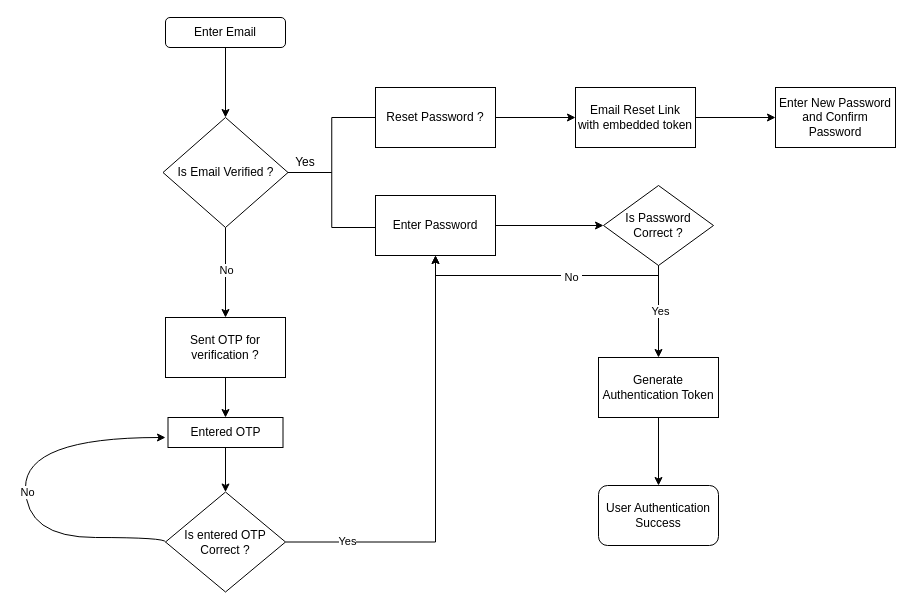
Earlier version of the draw.io diagram Untitled Diagram.drawio (Tima99/projects-diagram). Source tidied: cells renumbered, new cells numbered last; positions are measured from the earlier drawing's top-left corner, leaving out a move shared by most shapes. Both pictures are drawn from the tidied source at 100%, with x=0, y=0 at pixel (25, 17).
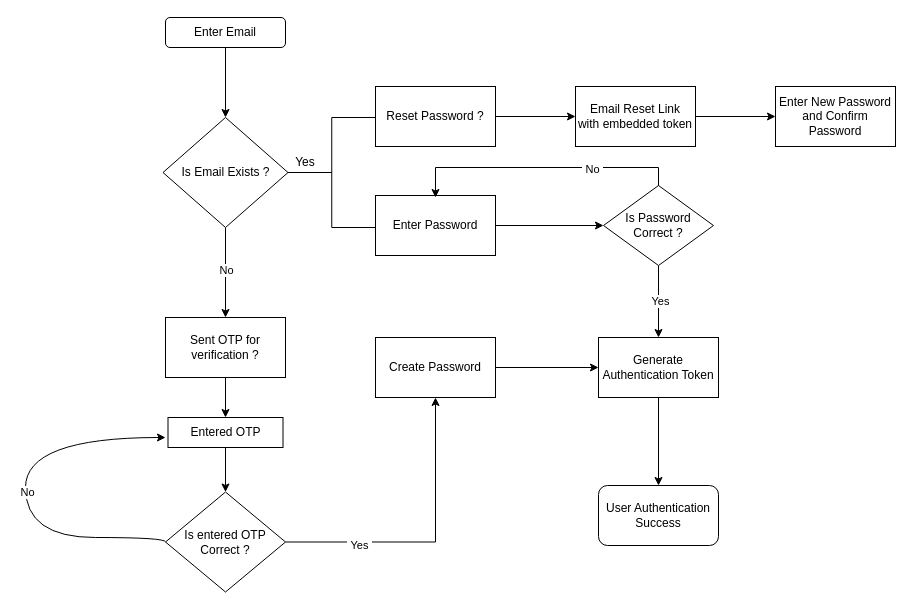
The same page after the edit.

Unchanged cells that the change refers to:
```xml
<mxCell id="8" value="Enter Password" style="whiteSpace=wrap;html=1;rounded=0;" parent="1" vertex="1">
  <mxGeometry x="350" y="178" width="120" height="60" as="geometry" />
</mxCell>
<mxCell id="15" value="Is entered OTP Correct ?" style="rhombus;whiteSpace=wrap;html=1;" parent="1" vertex="1">
  <mxGeometry x="140" y="474.5" width="120" height="100" as="geometry" />
</mxCell>
<mxCell id="22" value="Is Password Correct ?" style="rhombus;whiteSpace=wrap;html=1;" parent="1" vertex="1">
  <mxGeometry x="578" y="168" width="110" height="80" as="geometry" />
</mxCell>
```

What changed in the source:
```diff
@@
-    <mxCell id="6" value="Is Email Verified ?" style="rhombus;whiteSpace=wrap;html=1;" parent="1" vertex="1">
+    <mxCell id="6" value="Is Email Exists ?" style="rhombus;whiteSpace=wrap;html=1;" parent="1" vertex="1">
       <mxGeometry x="137.5" y="100" width="125" height="110" as="geometry" />
     </mxCell>
@@
-    <mxCell id="11" style="edgeStyle=orthogonalEdgeStyle;rounded=0;jettySize=auto;html=1;exitX=1;exitY=0.5;exitDx=0;exitDy=0;entryX=0.5;entryY=1;entryDx=0;entryDy=0;" parent="1" edge="1" source="15" target="8">
-      <mxGeometry relative="1" as="geometry" />
-    </mxCell>
-    <mxCell id="12" value="Yes" style="edgeLabel;html=1;align=center;verticalAlign=middle;" parent="11" vertex="1">
-      <mxGeometry x="-0.72" y="1" relative="1" as="geometry" />
-    </mxCell>
@@
+    <mxCell id="33" style="edgeStyle=orthogonalEdgeStyle;rounded=0;jettySize=auto;html=1;entryX=0.5;entryY=1;entryDx=0;entryDy=0;" parent="1" edge="1" source="15" target="35">
+      <mxGeometry relative="1" as="geometry" />
+    </mxCell>
+    <mxCell id="12" value="&amp;nbsp;Yes&amp;nbsp;" style="edgeLabel;html=1;align=center;verticalAlign=middle;" parent="33" vertex="1">
+      <mxGeometry x="-0.5" y="-3" relative="1" as="geometry">
+        <mxPoint x="-1" as="offset" />
+      </mxGeometry>
+    </mxCell>
@@
-    <mxCell id="18" style="edgeStyle=orthogonalEdgeStyle;rounded=0;jettySize=auto;html=1;entryX=0.5;entryY=1;entryDx=0;entryDy=0;exitX=0.378;exitY=0.87;exitDx=0;exitDy=0;exitPerimeter=0;" parent="1" edge="1" source="22" target="8">
+    <mxCell id="18" style="edgeStyle=orthogonalEdgeStyle;rounded=0;jettySize=auto;html=1;exitX=0.378;exitY=0.87;exitDx=0;exitDy=0;exitPerimeter=0;" parent="1" edge="1" source="22">
       <mxGeometry relative="1" as="geometry">
+        <mxPoint x="410" y="180" as="targetPoint" />
         <Array as="points">
           <mxPoint x="620" y="228" />
           <mxPoint x="633" y="228" />
-          <mxPoint x="633" y="258" />
-          <mxPoint x="410" y="258" />
+          <mxPoint x="633" y="150" />
+          <mxPoint x="410" y="150" />
         </Array>
       </mxGeometry>
     </mxCell>
@@
     <mxCell id="24" value="Generate Authentication Token" style="whiteSpace=wrap;html=1;" parent="1" vertex="1">
-      <mxGeometry x="573" y="340" width="120" height="60" as="geometry" />
+      <mxGeometry x="573" y="320" width="120" height="60" as="geometry" />
     </mxCell>
@@
     <mxCell id="28" value="Reset Password ?" style="whiteSpace=wrap;html=1;" parent="1" vertex="1">
-      <mxGeometry x="350" y="70" width="120" height="60" as="geometry" />
+      <mxGeometry x="350" y="69" width="120" height="60" as="geometry" />
     </mxCell>
@@
     <mxCell id="31" value="Email Reset Link with&amp;nbsp;embedded token" style="whiteSpace=wrap;html=1;" parent="1" vertex="1">
-      <mxGeometry x="550" y="70" width="120" height="60" as="geometry" />
+      <mxGeometry x="550" y="69" width="120" height="60" as="geometry" />
     </mxCell>
     <mxCell id="32" value="Enter New Password and Confirm Password" style="whiteSpace=wrap;html=1;" parent="1" vertex="1">
-      <mxGeometry x="750" y="70" width="120" height="60" as="geometry" />
+      <mxGeometry x="750" y="69" width="120" height="60" as="geometry" />
     </mxCell>
+    <mxCell id="34" style="edgeStyle=orthogonalEdgeStyle;rounded=0;jettySize=auto;html=1;" parent="1" edge="1" source="35" target="24">
+      <mxGeometry relative="1" as="geometry" />
+    </mxCell>
+    <mxCell id="35" value="Create Password" style="whiteSpace=wrap;html=1;rounded=0;" parent="1" vertex="1">
+      <mxGeometry x="350" y="320" width="120" height="60" as="geometry" />
+    </mxCell>
```
